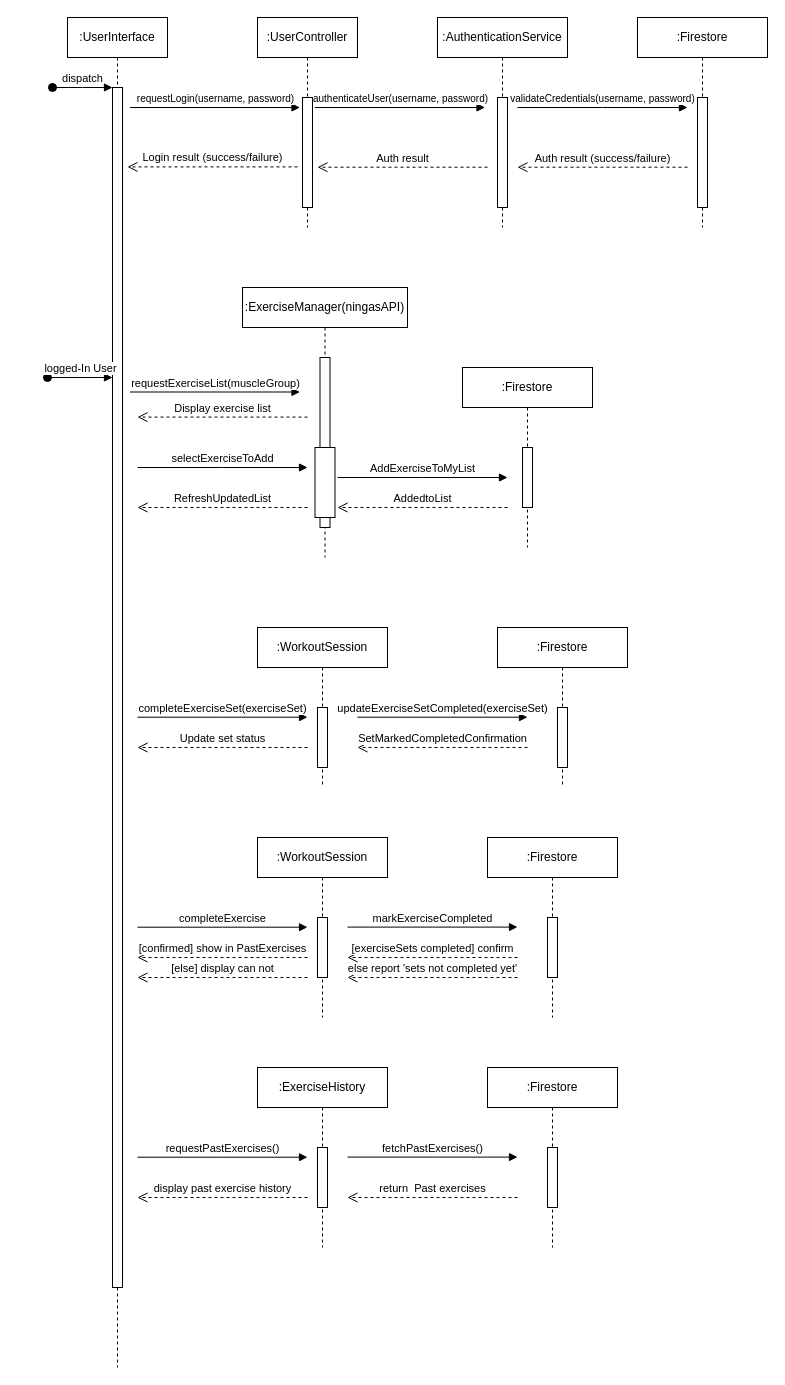
The draw.io diagram public/sequence diagram.drawio in Ebrahim-Ramadan/myfitrainer-app, before the edit. Source tidied: cells renumbered, new cells numbered last; positions are measured from the earlier drawing's top-left corner, leaving out a move shared by most shapes. Both pictures are drawn from the tidied source at 100%, with x=0, y=0 at pixel (47, 17).
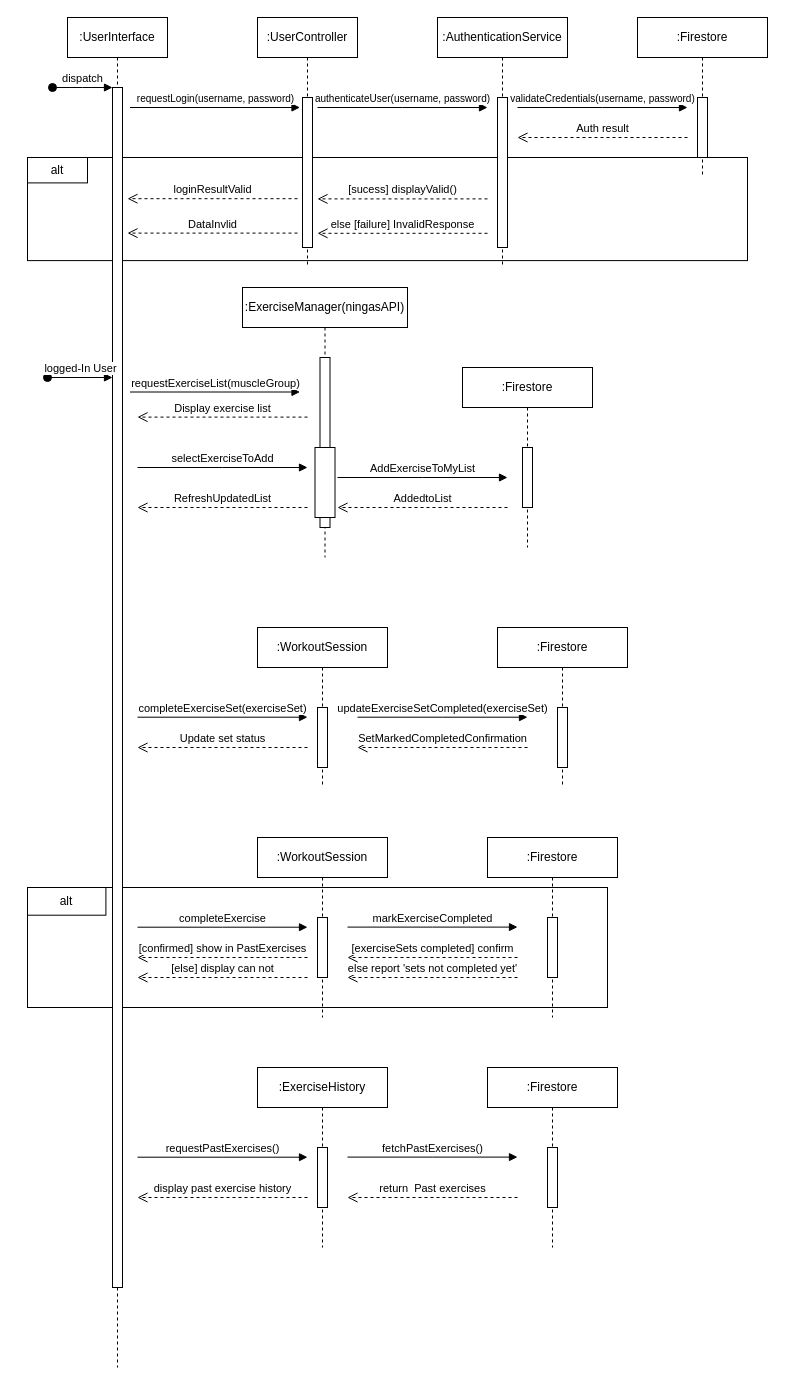
Above is the later version.

The edit, as a diff of the source:
```diff
@@
+    <mxCell id="55" style="group;" parent="1" vertex="1">
+      <mxGeometry x="-30" y="140" width="730" height="110" as="geometry" />
+    </mxCell>
+    <mxCell id="56" style="rounded=0;whiteSpace=wrap;html=1;" parent="55" vertex="1">
+      <mxGeometry x="10" width="720" height="103.1" as="geometry" />
+    </mxCell>
+    <mxCell id="57" value="alt" style="rounded=0;whiteSpace=wrap;html=1;" parent="55" vertex="1">
+      <mxGeometry x="10" width="60" height="25.4" as="geometry" />
+    </mxCell>
+    <mxCell id="58" value="else [failure] InvalidResponse" style="html=1;verticalAlign=bottom;endArrow=open;dashed=1;endSize=8;edgeStyle=elbowEdgeStyle;elbow=vertical;curved=0;rounded=0;" parent="55" edge="1">
+      <mxGeometry relative="1" as="geometry">
+        <mxPoint x="470" y="75.8" as="sourcePoint" />
+        <mxPoint x="300" y="75.8" as="targetPoint" />
+        <Array as="points">
+          <mxPoint x="395" y="75.8" />
+        </Array>
+      </mxGeometry>
+    </mxCell>
+    <mxCell id="59" value="&lt;div&gt;DataInvlid&lt;/div&gt;" style="html=1;verticalAlign=bottom;endArrow=open;dashed=1;endSize=8;edgeStyle=elbowEdgeStyle;elbow=vertical;curved=0;rounded=0;" parent="55" edge="1">
+      <mxGeometry relative="1" as="geometry">
+        <mxPoint x="280" y="75.6" as="sourcePoint" />
+        <mxPoint x="110" y="75.6" as="targetPoint" />
+        <Array as="points">
+          <mxPoint x="205" y="75.6" />
+        </Array>
+      </mxGeometry>
+    </mxCell>
+    <mxCell id="15" value="&lt;div&gt;[sucess] displayValid()&lt;/div&gt;" style="html=1;verticalAlign=bottom;endArrow=open;dashed=1;endSize=8;edgeStyle=elbowEdgeStyle;elbow=vertical;curved=0;rounded=0;" parent="55" edge="1">
+      <mxGeometry relative="1" as="geometry">
+        <mxPoint x="470" y="41.4" as="sourcePoint" />
+        <mxPoint x="300" y="41.4" as="targetPoint" />
+        <Array as="points">
+          <mxPoint x="395" y="41.4" />
+        </Array>
+      </mxGeometry>
+    </mxCell>
+    <mxCell id="16" value="&lt;div&gt;loginResultValid&lt;/div&gt;" style="html=1;verticalAlign=bottom;endArrow=open;dashed=1;endSize=8;edgeStyle=elbowEdgeStyle;elbow=vertical;curved=0;rounded=0;" parent="55" edge="1">
+      <mxGeometry relative="1" as="geometry">
+        <mxPoint x="280" y="41.2" as="sourcePoint" />
+        <mxPoint x="110" y="41.2" as="targetPoint" />
+        <Array as="points">
+          <mxPoint x="205" y="41.2" />
+        </Array>
+      </mxGeometry>
+    </mxCell>
+    <mxCell id="60" style="group;" parent="1" vertex="1">
+      <mxGeometry x="-20" y="870" width="580" height="120" as="geometry" />
+    </mxCell>
+    <mxCell id="61" style="rounded=0;whiteSpace=wrap;html=1;" parent="60" vertex="1">
+      <mxGeometry width="580" height="120" as="geometry" />
+    </mxCell>
+    <mxCell id="62" value="alt" style="rounded=0;whiteSpace=wrap;html=1;" parent="60" vertex="1">
+      <mxGeometry width="78.4" height="27.7" as="geometry" />
+    </mxCell>
@@
     <mxCell id="5" value=":UserController" style="shape=umlLifeline;perimeter=lifelinePerimeter;whiteSpace=wrap;html=1;newEdgeStyle={&quot;edgeStyle&quot;:&quot;elbowEdgeStyle&quot;,&quot;elbow&quot;:&quot;vertical&quot;,&quot;curved&quot;:0,&quot;rounded&quot;:0};" parent="1" vertex="1">
-      <mxGeometry x="210" width="100" height="210" as="geometry" />
+      <mxGeometry x="210" width="100" height="250" as="geometry" />
     </mxCell>
     <mxCell id="6" style="html=1;perimeter=orthogonalPerimeter;targetShapes=umlLifeline;newEdgeStyle={&quot;edgeStyle&quot;:&quot;elbowEdgeStyle&quot;,&quot;elbow&quot;:&quot;vertical&quot;,&quot;curved&quot;:0,&quot;rounded&quot;:0};" parent="5" vertex="1">
-      <mxGeometry x="45" y="80" width="10" height="110" as="geometry" />
+      <mxGeometry x="45" y="80" width="10" height="150" as="geometry" />
     </mxCell>
@@
-    <mxCell id="8" value="&lt;div&gt;Auth result (success/failure)&lt;/div&gt;" style="html=1;verticalAlign=bottom;endArrow=open;dashed=1;endSize=8;edgeStyle=elbowEdgeStyle;elbow=vertical;curved=0;rounded=0;" parent="1" edge="1">
-      <mxGeometry relative="1" as="geometry">
-        <mxPoint x="640" y="149.7" as="sourcePoint" />
-        <mxPoint x="470" y="149.7" as="targetPoint" />
-        <Array as="points">
-          <mxPoint x="565" y="149.7" />
-        </Array>
-      </mxGeometry>
-    </mxCell>
     <mxCell id="9" value=":AuthenticationService" style="shape=umlLifeline;perimeter=lifelinePerimeter;whiteSpace=wrap;html=1;newEdgeStyle={&quot;edgeStyle&quot;:&quot;elbowEdgeStyle&quot;,&quot;elbow&quot;:&quot;vertical&quot;,&quot;curved&quot;:0,&quot;rounded&quot;:0};" parent="1" vertex="1">
-      <mxGeometry x="390" width="130" height="210" as="geometry" />
+      <mxGeometry x="390" width="130" height="250" as="geometry" />
     </mxCell>
     <mxCell id="10" style="html=1;perimeter=orthogonalPerimeter;targetShapes=umlLifeline;newEdgeStyle={&quot;edgeStyle&quot;:&quot;elbowEdgeStyle&quot;,&quot;elbow&quot;:&quot;vertical&quot;,&quot;curved&quot;:0,&quot;rounded&quot;:0};" parent="9" vertex="1">
-      <mxGeometry x="60" y="80" width="10" height="110" as="geometry" />
+      <mxGeometry x="60" y="80" width="10" height="150" as="geometry" />
     </mxCell>
     <mxCell id="11" value=":Firestore" style="shape=umlLifeline;perimeter=lifelinePerimeter;whiteSpace=wrap;html=1;newEdgeStyle={&quot;edgeStyle&quot;:&quot;elbowEdgeStyle&quot;,&quot;elbow&quot;:&quot;vertical&quot;,&quot;curved&quot;:0,&quot;rounded&quot;:0};" parent="1" vertex="1">
-      <mxGeometry x="590" width="130" height="210" as="geometry" />
+      <mxGeometry x="590" width="130" height="160" as="geometry" />
     </mxCell>
     <mxCell id="12" style="html=1;perimeter=orthogonalPerimeter;targetShapes=umlLifeline;newEdgeStyle={&quot;edgeStyle&quot;:&quot;elbowEdgeStyle&quot;,&quot;elbow&quot;:&quot;vertical&quot;,&quot;curved&quot;:0,&quot;rounded&quot;:0};" parent="11" vertex="1">
-      <mxGeometry x="60" y="80" width="10" height="110" as="geometry" />
+      <mxGeometry x="60" y="80" width="10" height="60" as="geometry" />
     </mxCell>
     <mxCell id="13" value="&lt;div&gt;&lt;font style=&quot;font-size: 10px;&quot;&gt;authenticateUser(username, password)&lt;/font&gt;&lt;/div&gt;" style="html=1;verticalAlign=bottom;endArrow=block;edgeStyle=elbowEdgeStyle;elbow=vertical;curved=0;rounded=0;" parent="1" edge="1">
       <mxGeometry relative="1" as="geometry">
-        <mxPoint x="267.5" y="90" as="sourcePoint" />
-        <mxPoint x="437.5" y="90" as="targetPoint" />
+        <mxPoint x="270" y="90" as="sourcePoint" />
+        <mxPoint x="440" y="90" as="targetPoint" />
         <Array as="points">
-          <mxPoint x="352.5" y="90" />
+          <mxPoint x="355" y="90" />
         </Array>
       </mxGeometry>
     </mxCell>
@@
-    <mxCell id="15" value="&lt;div&gt;Auth result&lt;/div&gt;" style="html=1;verticalAlign=bottom;endArrow=open;dashed=1;endSize=8;edgeStyle=elbowEdgeStyle;elbow=vertical;curved=0;rounded=0;" parent="1" edge="1">
-      <mxGeometry relative="1" as="geometry">
-        <mxPoint x="440" y="149.7" as="sourcePoint" />
-        <mxPoint x="270" y="149.7" as="targetPoint" />
-        <Array as="points">
-          <mxPoint x="365" y="149.7" />
-        </Array>
-      </mxGeometry>
-    </mxCell>
-    <mxCell id="16" value="&lt;div&gt;Login result (success/failure)&lt;/div&gt;" style="html=1;verticalAlign=bottom;endArrow=open;dashed=1;endSize=8;edgeStyle=elbowEdgeStyle;elbow=vertical;curved=0;rounded=0;" parent="1" edge="1">
-      <mxGeometry relative="1" as="geometry">
-        <mxPoint x="250" y="149.4" as="sourcePoint" />
-        <mxPoint x="80" y="149.4" as="targetPoint" />
-        <Array as="points">
-          <mxPoint x="175" y="149.4" />
-        </Array>
-      </mxGeometry>
-    </mxCell>
@@
+    <mxCell id="8" value="&lt;div&gt;Auth result&lt;/div&gt;" style="html=1;verticalAlign=bottom;endArrow=open;dashed=1;endSize=8;edgeStyle=elbowEdgeStyle;elbow=vertical;curved=0;rounded=0;" parent="1" edge="1">
+      <mxGeometry relative="1" as="geometry">
+        <mxPoint x="640" y="120" as="sourcePoint" />
+        <mxPoint x="470" y="120" as="targetPoint" />
+        <Array as="points">
+          <mxPoint x="565" y="120" />
+        </Array>
+      </mxGeometry>
+    </mxCell>
```
